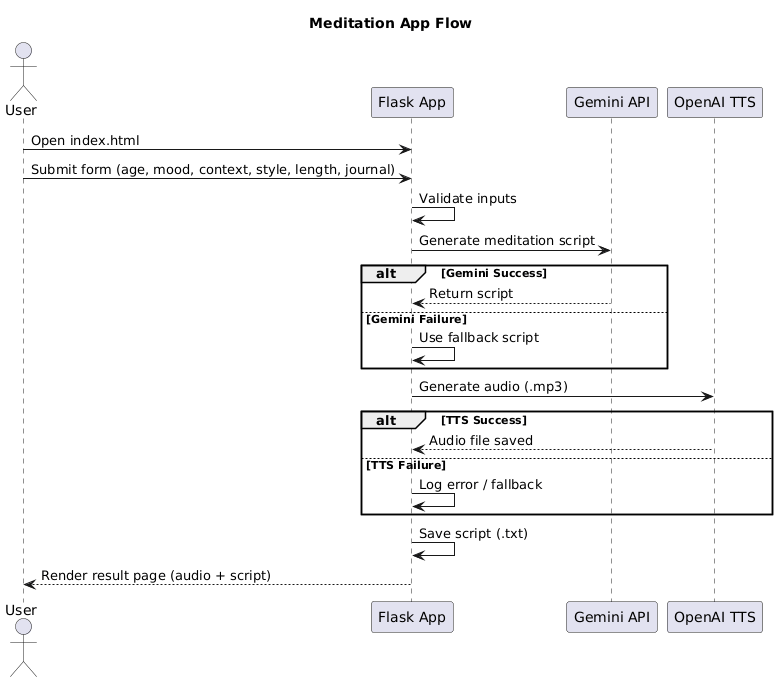
Earlier version of the PlantUML export images/meditation.png (hmoyen/Meditation-Generator). Source of this version:
```plantuml
@startuml
title Meditation App Flow

actor User
participant "Flask App" as Flask
participant "Gemini API" as Gemini
participant "OpenAI TTS" as TTS

User -> Flask : Open index.html
User -> Flask : Submit form (age, mood, context, style, length, journal)

Flask -> Flask : Validate inputs
Flask -> Gemini : Generate meditation script
alt Gemini Success
    Gemini --> Flask : Return script
else Gemini Failure
    Flask -> Flask : Use fallback script
end

Flask -> TTS : Generate audio (.mp3)
alt TTS Success
    TTS --> Flask : Audio file saved
else TTS Failure
    Flask -> Flask : Log error / fallback
end

Flask -> Flask : Save script (.txt)
Flask --> User : Render result page (audio + script)
@enduml
```
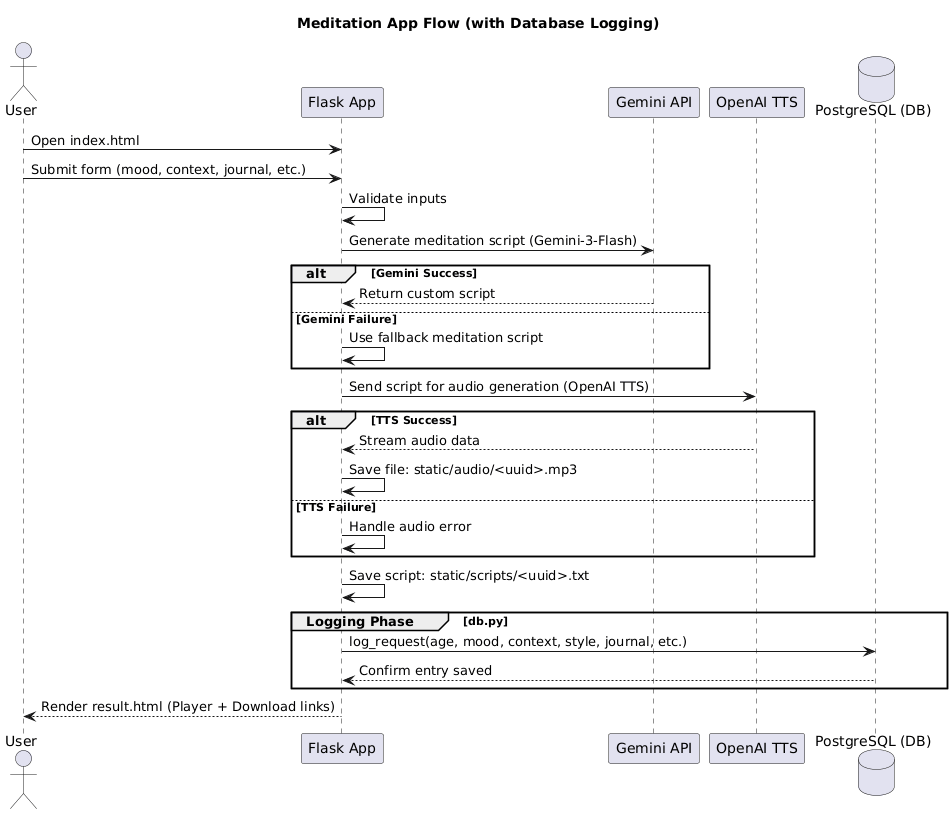
Later version of the same file.

Diff of the diagram source:
```diff
@@ -1,29 +1,38 @@
 @startuml
-title Meditation App Flow
+title Meditation App Flow (with Database Logging)
 
 actor User
 participant "Flask App" as Flask
 participant "Gemini API" as Gemini
 participant "OpenAI TTS" as TTS
+database "PostgreSQL (DB)" as DB
 
 User -> Flask : Open index.html
-User -> Flask : Submit form (age, mood, context, style, length, journal)
+User -> Flask : Submit form (mood, context, journal, etc.)
 
 Flask -> Flask : Validate inputs
-Flask -> Gemini : Generate meditation script
+
+Flask -> Gemini : Generate meditation script (Gemini-3-Flash)
 alt Gemini Success
-    Gemini --> Flask : Return script
+    Gemini --> Flask : Return custom script
 else Gemini Failure
-    Flask -> Flask : Use fallback script
+    Flask -> Flask : Use fallback meditation script
 end
 
-Flask -> TTS : Generate audio (.mp3)
+Flask -> TTS : Send script for audio generation (OpenAI TTS)
 alt TTS Success
-    TTS --> Flask : Audio file saved
+    TTS --> Flask : Stream audio data
+    Flask -> Flask : Save file: static/audio/<uuid>.mp3
 else TTS Failure
-    Flask -> Flask : Log error / fallback
+    Flask -> Flask : Handle audio error
 end
 
-Flask -> Flask : Save script (.txt)
-Flask --> User : Render result page (audio + script)
+Flask -> Flask : Save script: static/scripts/<uuid>.txt
+
+group Logging Phase [db.py]
+    Flask -> DB : log_request(age, mood, context, style, journal, etc.)
+    DB --> Flask : Confirm entry saved
+end
+
+Flask --> User : Render result.html (Player + Download links)
 @enduml
```
